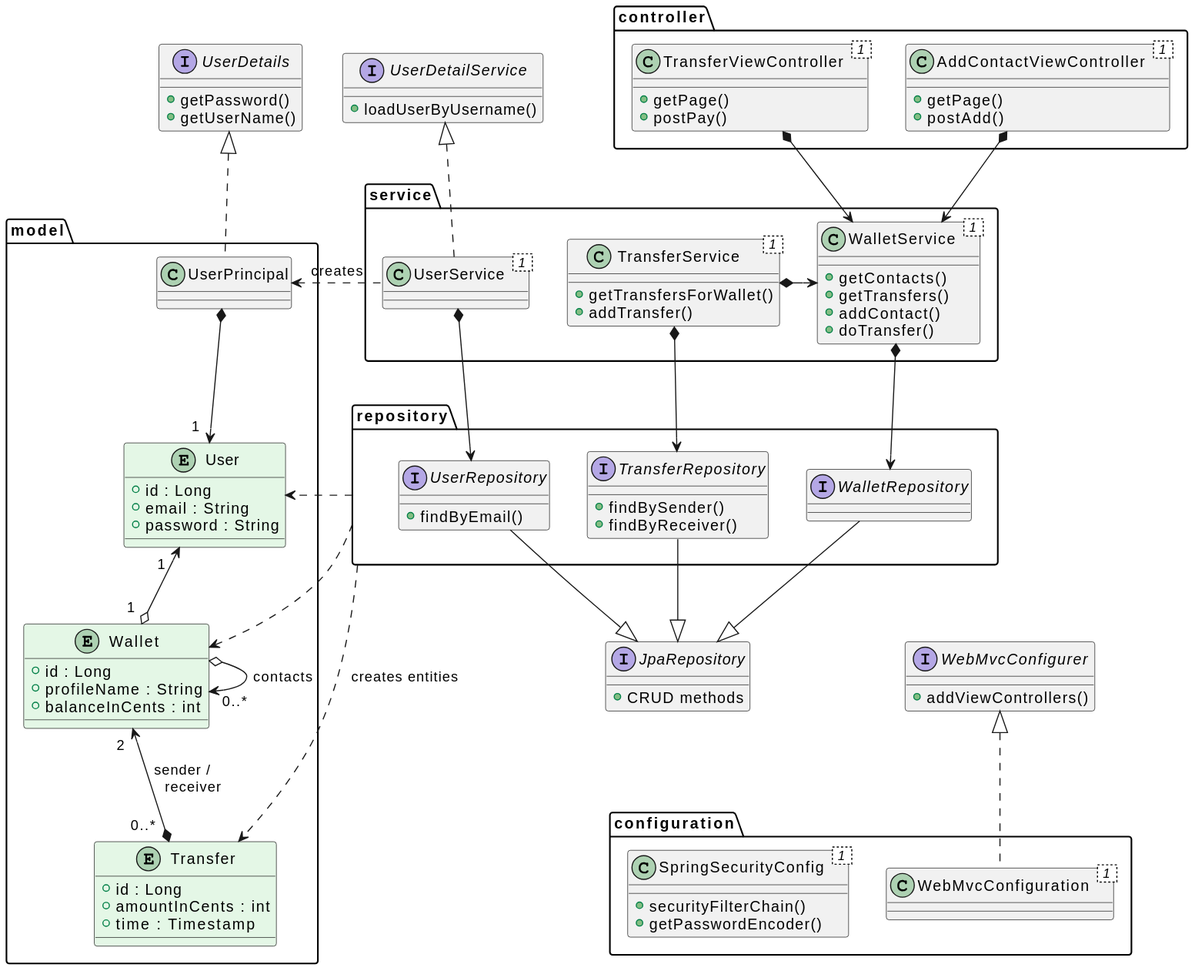
raranguren/p6-paymybuddy keeps this PlantUML diagram as docs/classes.uml.svg. Above is the earlier version.
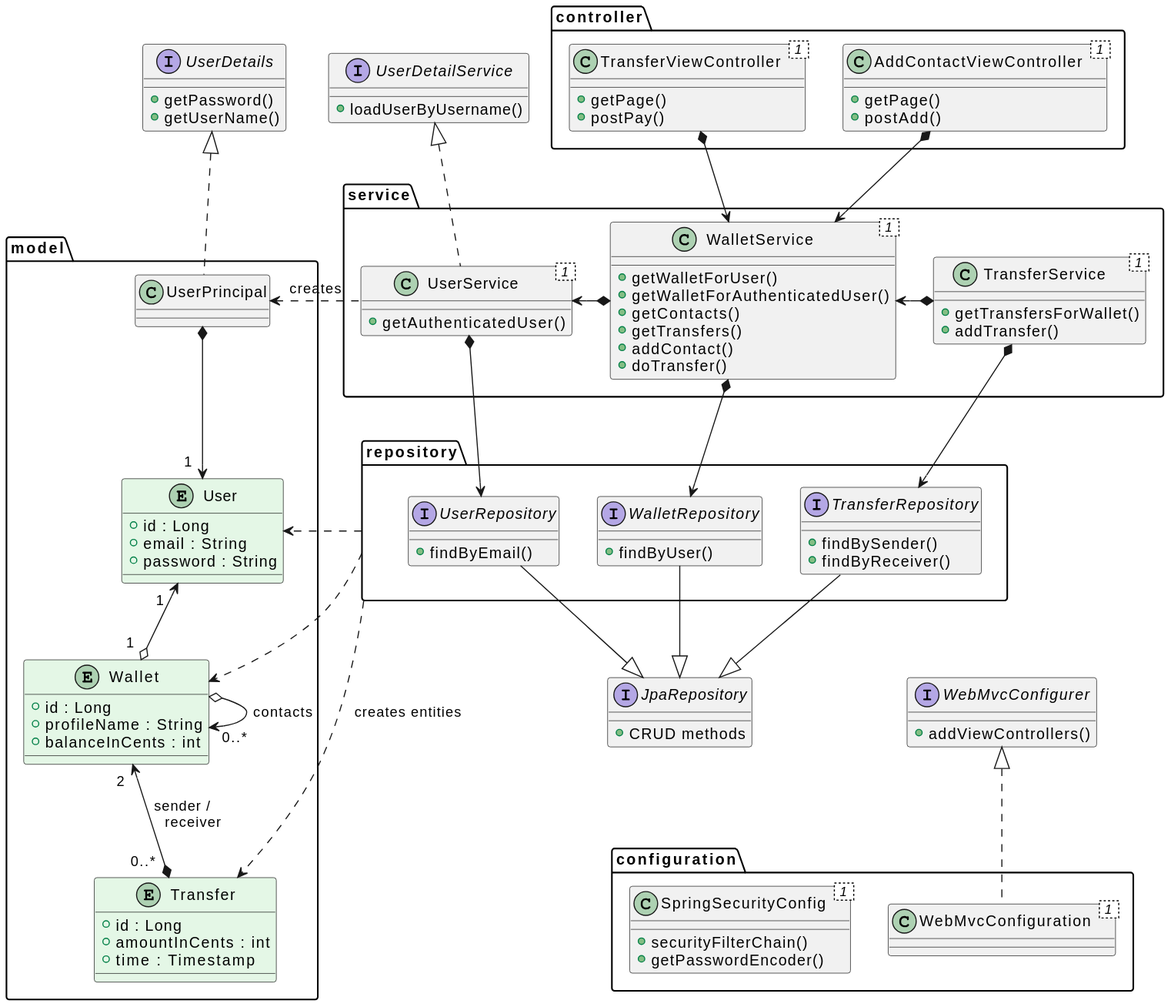
Later version of the same file.

The edit, as a diff of the source:
```diff
@@ -35,8 +35,11 @@
 
 package service {
   class UserService< 1 > implements UserDetailService {
+    +getAuthenticatedUser()
   }
   class WalletService< 1 > {
+    +getWalletForUser()
+    +getWalletForAuthenticatedUser()
     +getContacts()
     +getTransfers()
     +addContact()
@@ -80,13 +83,15 @@
     +findByReceiver()
   }
   interface WalletRepository {
+    +findByUser()
   }
 }
 
 TransferViewController *--> WalletService
 AddContactViewController *--> WalletService
 
-TransferService *-> WalletService
+TransferService *-left-> WalletService
+WalletService *-left-> UserService
 UserPrincipal <. UserService : creates
 UserPrincipal " " *--> "1  " User
 User "1  " <--o "1  " Wallet
@@ -100,12 +105,12 @@
 
 repository ..> Transfer : creates entities
 
+UserDetails -[hidden]>UserDetailService
 UserRepository --|> JpaRepository
 TransferRepository --|> JpaRepository
 WalletRepository --|> JpaRepository
 
-UserService .[hidden]> TransferService
-UserDetails .[hidden]> UserDetailService
+
 SpringSecurityConfig .[hidden]> WebMvcConfiguration
 JpaRepository .[hidden]> space
 space .[hidden]> WebMvcConfigurer
```
